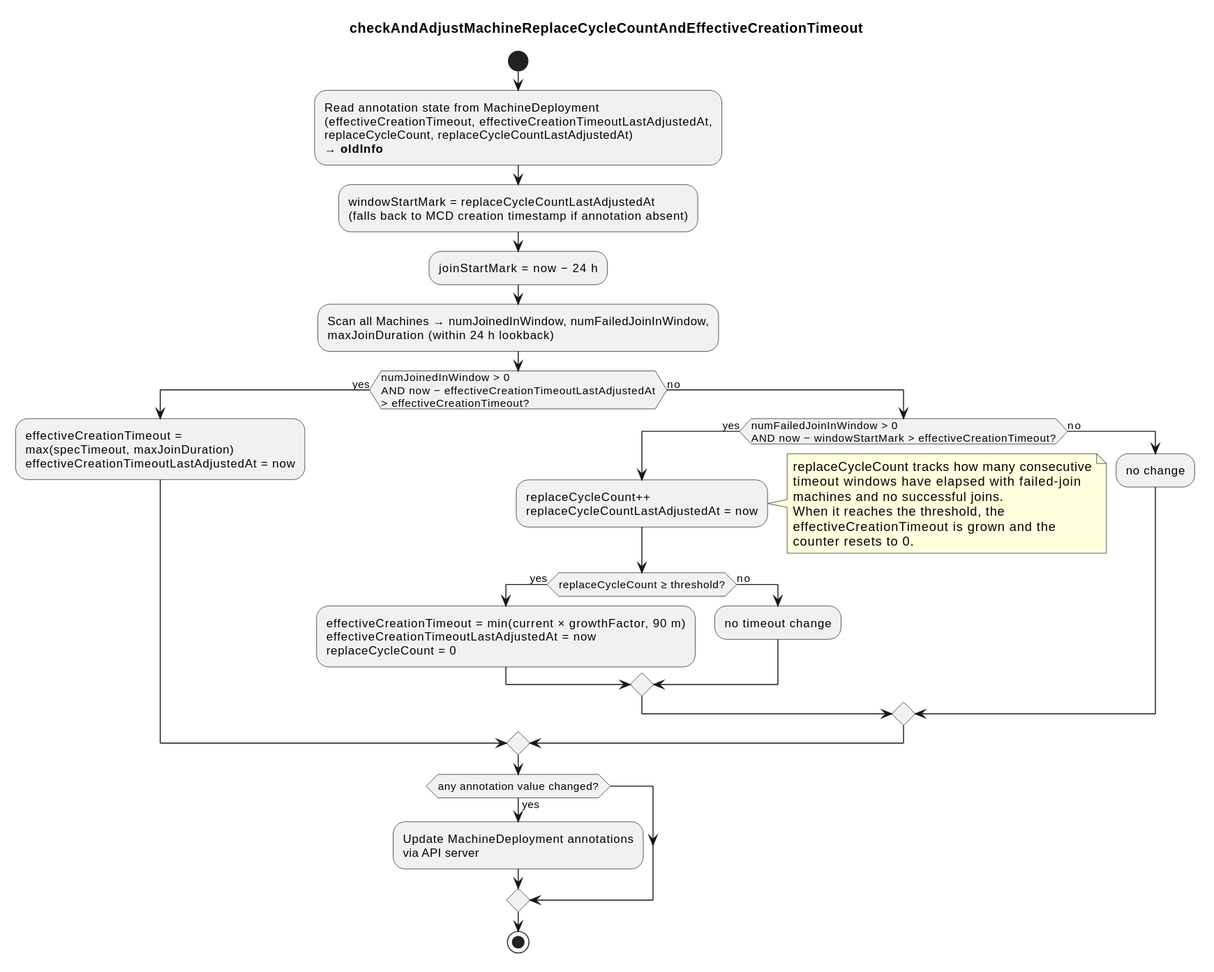
Earlier version of the PlantUML export docs/images/adjust-effective-creation-timeout.svg (gardener/machine-controller-manager).
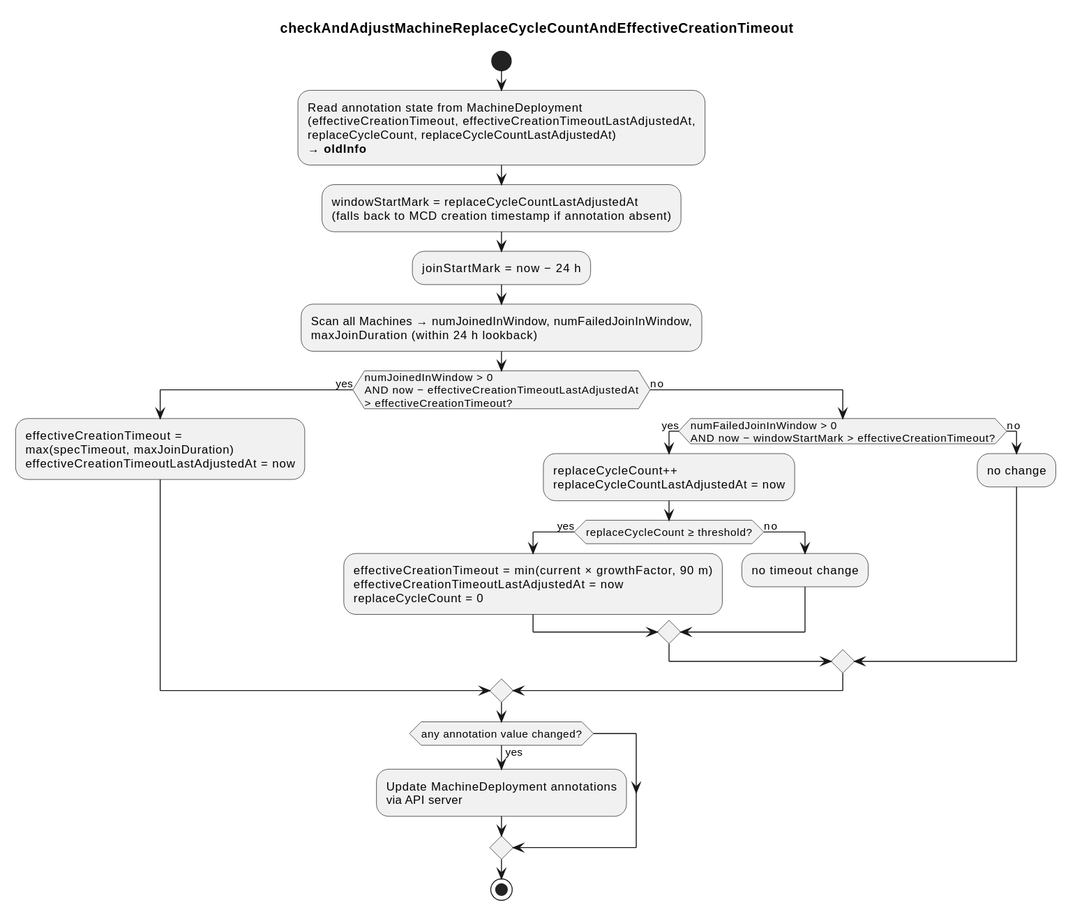
The same file after the commit.

Diff of the diagram source:
```diff
@@ -14,14 +14,6 @@
 else (no)
   if (numFailedJoinInWindow > 0\nAND now − windowStartMark > effectiveCreationTimeout?) then (yes)
     :replaceCycleCount++\nreplaceCycleCountLastAdjustedAt = now;
-    note right
-      replaceCycleCount tracks how many consecutive
-      timeout windows have elapsed with failed-join
-      machines and no successful joins.
-      When it reaches the threshold, the
-      effectiveCreationTimeout is grown and the
-      counter resets to 0.
-    end note
     if (replaceCycleCount ≥ threshold?) then (yes)
       :effectiveCreationTimeout = min(current × growthFactor, 90 m)\neffectiveCreationTimeoutLastAdjustedAt = now\nreplaceCycleCount = 0;
     else (no)
```
